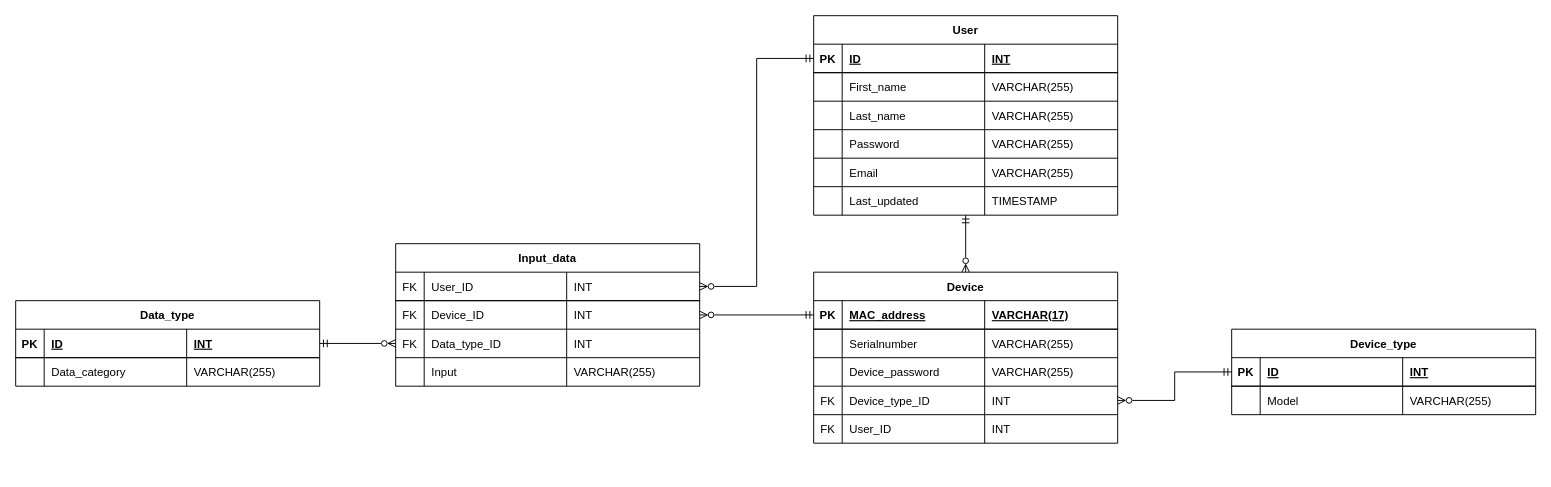
TwoBar/waase_Group2 keeps this draw.io diagram as Azure MySQL/Relational_Data_Model.drawio. Above is the earlier version. Source tidied: cells renumbered, new cells numbered last; positions are measured from the earlier drawing's top-left corner, leaving out a move shared by most shapes. Both pictures are drawn from the tidied source at 95%, with x=0, y=0 at pixel (15, 15).
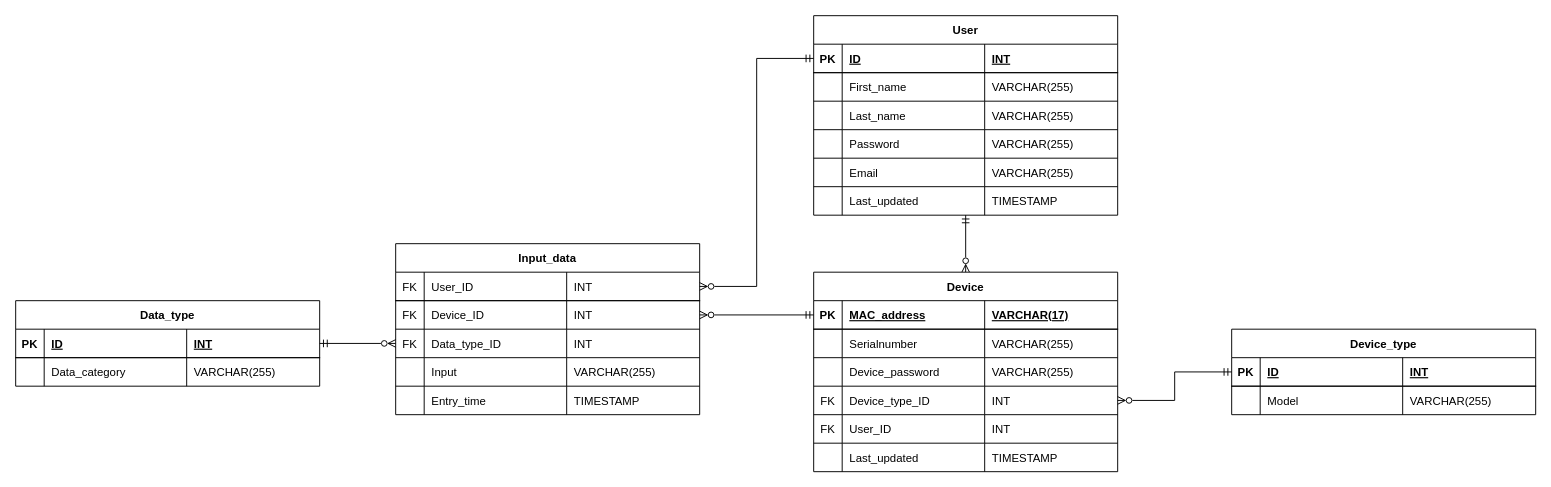
The same page after the edit.

The edit, as a diff of the source:
```diff
@@
     <mxCell id="28" value="Device" style="shape=table;startSize=30;childLayout=tableLayout;rowLines=1;fontStyle=1;align=center;" parent="1" vertex="1">
-      <mxGeometry x="840" y="270" width="320" height="180" as="geometry" />
+      <mxGeometry x="840" y="270" width="320" height="210" as="geometry" />
     </mxCell>
@@
+    <mxCell id="88" style="shape=partialRectangle;fillColor=none;top=0;left=0;bottom=0;right=0;" parent="28" vertex="1">
+      <mxGeometry y="180" width="320" height="30" as="geometry" />
+    </mxCell>
+    <mxCell id="89" style="shape=partialRectangle;fillColor=none;top=0;left=0;bottom=0;right=0;overflow=hidden;" parent="88" vertex="1">
+      <mxGeometry width="30" height="30" as="geometry" />
+    </mxCell>
+    <mxCell id="90" value="Last_updated" style="shape=partialRectangle;fillColor=none;top=0;left=0;bottom=0;right=0;align=left;spacingLeft=6;overflow=hidden;" parent="88" vertex="1">
+      <mxGeometry x="30" width="150" height="30" as="geometry" />
+    </mxCell>
+    <mxCell id="91" value="TIMESTAMP" style="shape=partialRectangle;fillColor=none;top=0;left=0;bottom=0;right=0;align=left;spacingLeft=6;overflow=hidden;" parent="88" vertex="1">
+      <mxGeometry x="180" width="140" height="30" as="geometry" />
+    </mxCell>
@@
     <mxCell id="59" value="Input_data" style="shape=table;startSize=30;childLayout=tableLayout;rowLines=1;fontStyle=1;align=center;" parent="1" vertex="1">
-      <mxGeometry x="400" y="240" width="320" height="150" as="geometry" />
+      <mxGeometry x="400" y="240" width="320" height="180" as="geometry" />
     </mxCell>
@@
+    <mxCell id="92" style="shape=partialRectangle;fillColor=none;top=0;left=0;bottom=0;right=0;" parent="59" vertex="1">
+      <mxGeometry y="150" width="320" height="30" as="geometry" />
+    </mxCell>
+    <mxCell id="93" style="shape=partialRectangle;fillColor=none;top=0;left=0;bottom=0;right=0;overflow=hidden;" parent="92" vertex="1">
+      <mxGeometry width="30" height="30" as="geometry" />
+    </mxCell>
+    <mxCell id="94" value="Entry_time" style="shape=partialRectangle;fillColor=none;top=0;left=0;bottom=0;right=0;align=left;spacingLeft=6;overflow=hidden;" parent="92" vertex="1">
+      <mxGeometry x="30" width="150" height="30" as="geometry" />
+    </mxCell>
+    <mxCell id="95" value="TIMESTAMP" style="shape=partialRectangle;fillColor=none;top=0;left=0;bottom=0;right=0;align=left;spacingLeft=6;overflow=hidden;" parent="92" vertex="1">
+      <mxGeometry x="180" width="140" height="30" as="geometry" />
+    </mxCell>
```
